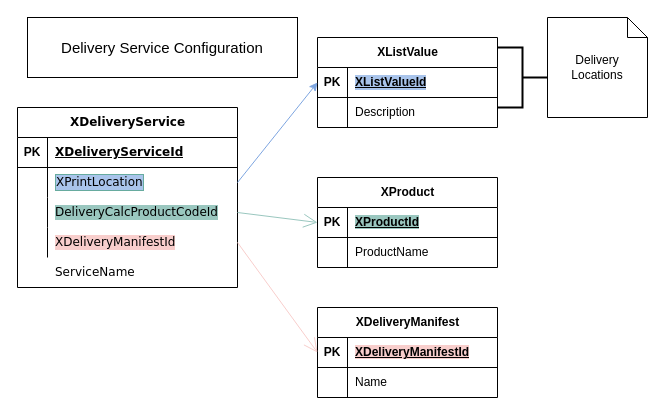
iaxenite/diagrams keeps this draw.io diagram as printing_distribution.drawio. Above is the earlier version. Source tidied: cells renumbered, new cells numbered last; positions are measured from the earlier drawing's top-left corner, leaving out a move shared by most shapes. Both pictures are drawn from the tidied source at 100%, with x=0, y=0 at pixel (17, 17).
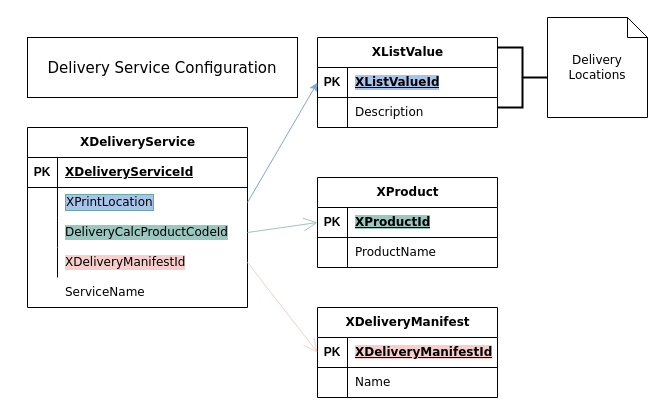
The same page after the edit.

Unchanged cells that the change refers to:
```xml
<mxCell id="16" style="shape=tableRow;horizontal=0;startSize=0;swimlaneHead=0;swimlaneBody=0;fillColor=none;points=[[0,0.5],[1,0.5]];portConstraint=eastwest;top=0;left=0;right=0;bottom=1;" parent="15" vertex="1">
  <mxGeometry y="30" width="180" height="30" as="geometry" />
</mxCell>
<mxCell id="19" style="shape=tableRow;horizontal=0;startSize=0;swimlaneHead=0;swimlaneBody=0;fillColor=none;top=0;left=0;right=0;bottom=0;" parent="15" vertex="1">
  <mxGeometry y="60" width="180" height="30" as="geometry" />
</mxCell>
<mxCell id="25" style="shape=tableRow;horizontal=0;startSize=0;swimlaneHead=0;swimlaneBody=0;fillColor=none;points=[[0,0.5],[1,0.5]];portConstraint=eastwest;top=0;left=0;right=0;bottom=1;" parent="24" vertex="1">
  <mxGeometry y="30" width="180" height="30" as="geometry" />
</mxCell>
<mxCell id="28" style="shape=tableRow;horizontal=0;startSize=0;swimlaneHead=0;swimlaneBody=0;fillColor=none;top=0;left=0;right=0;bottom=0;" parent="24" vertex="1">
  <mxGeometry y="60" width="180" height="30" as="geometry" />
</mxCell>
<mxCell id="33" style="shape=tableRow;horizontal=0;startSize=0;swimlaneHead=0;swimlaneBody=0;fillColor=none;points=[[0,0.5],[1,0.5]];portConstraint=eastwest;top=0;left=0;right=0;bottom=1;" parent="32" vertex="1">
  <mxGeometry y="30" width="180" height="30" as="geometry" />
</mxCell>
```

The edit, as a diff of the source:
```diff
@@
     <mxCell id="2" value="XDeliveryService" style="shape=table;startSize=30;childLayout=tableLayout;rowLines=0;fontStyle=1;align=center;html=1;fontFamily=Verdana;" parent="1" vertex="1">
-      <mxGeometry y="90" width="220" height="180" as="geometry" />
+      <mxGeometry x="10" y="110" width="220" height="180" as="geometry" />
     </mxCell>
@@
-    <mxCell id="15" value="XListValue" style="shape=table;startSize=30;childLayout=tableLayout;rowLines=0;fontStyle=1;align=center;html=1;" parent="1" vertex="1">
+    <mxCell id="15" value="XListValue" style="shape=table;startSize=30;childLayout=tableLayout;rowLines=0;fontStyle=1;align=center;html=1;fontFamily=Verdana;" parent="1" vertex="1">
       <mxGeometry x="300" y="20" width="180" height="90" as="geometry" />
     </mxCell>
@@
-    <mxCell id="18" value="XListValueId" style="shape=partialRectangle;fillColor=none;top=0;left=0;bottom=0;right=0;align=left;spacingLeft=6;fontStyle=5;overflow=hidden;whiteSpace=wrap;html=1;labelBackgroundColor=#A9C4EB;" parent="16" vertex="1">
+    <mxCell id="18" value="&lt;font face=&quot;Verdana&quot;&gt;XListValueId&lt;/font&gt;" style="shape=partialRectangle;fillColor=none;top=0;left=0;bottom=0;right=0;align=left;spacingLeft=6;fontStyle=5;overflow=hidden;whiteSpace=wrap;html=1;labelBackgroundColor=#A9C4EB;" parent="16" vertex="1">
       <mxGeometry x="30" width="150" height="30" as="geometry" />
     </mxCell>
@@
-    <mxCell id="21" value="Description" style="shape=partialRectangle;fillColor=none;top=0;left=0;bottom=0;right=0;align=left;spacingLeft=6;overflow=hidden;whiteSpace=wrap;html=1;" parent="19" vertex="1">
+    <mxCell id="21" value="&lt;font face=&quot;Verdana&quot;&gt;Description&lt;/font&gt;" style="shape=partialRectangle;fillColor=none;top=0;left=0;bottom=0;right=0;align=left;spacingLeft=6;overflow=hidden;whiteSpace=wrap;html=1;" parent="19" vertex="1">
       <mxGeometry x="30" width="150" height="30" as="geometry" />
     </mxCell>
-    <mxCell id="22" value="&lt;font style=&quot;font-size: 15px;&quot;&gt;Delivery Service Configuration&lt;/font&gt;" style="rounded=0;whiteSpace=wrap;html=1;" parent="1" vertex="1">
-      <mxGeometry x="10" width="270" height="60" as="geometry" />
+    <mxCell id="22" value="&lt;font style=&quot;font-size: 15px;&quot;&gt;Delivery Service Configuration&lt;/font&gt;" style="rounded=0;whiteSpace=wrap;html=1;fontFamily=Verdana;" parent="1" vertex="1">
+      <mxGeometry x="10" y="20" width="270" height="60" as="geometry" />
     </mxCell>
@@
-    <mxCell id="24" value="XProduct" style="shape=table;startSize=30;childLayout=tableLayout;rowLines=0;fontStyle=1;align=center;html=1;" parent="1" vertex="1">
+    <mxCell id="24" value="&lt;font face=&quot;Verdana&quot;&gt;XProduct&lt;/font&gt;" style="shape=table;startSize=30;childLayout=tableLayout;rowLines=0;fontStyle=1;align=center;html=1;" parent="1" vertex="1">
       <mxGeometry x="300" y="160" width="180" height="90" as="geometry" />
     </mxCell>
@@
-    <mxCell id="27" value="&lt;span style=&quot;background-color: rgb(154, 199, 191);&quot;&gt;XProductId&lt;/span&gt;" style="shape=partialRectangle;fillColor=none;top=0;left=0;bottom=0;right=0;align=left;spacingLeft=6;fontStyle=5;overflow=hidden;whiteSpace=wrap;html=1;" parent="25" vertex="1">
+    <mxCell id="27" value="&lt;span style=&quot;background-color: rgb(154, 199, 191);&quot;&gt;XProductId&lt;/span&gt;" style="shape=partialRectangle;fillColor=none;top=0;left=0;bottom=0;right=0;align=left;spacingLeft=6;fontStyle=5;overflow=hidden;whiteSpace=wrap;html=1;fontFamily=Verdana;" parent="25" vertex="1">
       <mxGeometry x="30" width="150" height="30" as="geometry" />
     </mxCell>
@@
-    <mxCell id="30" value="ProductName" style="shape=partialRectangle;fillColor=none;top=0;left=0;bottom=0;right=0;align=left;spacingLeft=6;overflow=hidden;whiteSpace=wrap;html=1;" parent="28" vertex="1">
+    <mxCell id="30" value="ProductName" style="shape=partialRectangle;fillColor=none;top=0;left=0;bottom=0;right=0;align=left;spacingLeft=6;overflow=hidden;whiteSpace=wrap;html=1;fontFamily=Verdana;" parent="28" vertex="1">
       <mxGeometry x="30" width="150" height="30" as="geometry" />
     </mxCell>
@@
-    <mxCell id="32" value="XDeliveryManifest" style="shape=table;startSize=30;childLayout=tableLayout;rowLines=0;fontStyle=1;align=center;html=1;" parent="1" vertex="1">
+    <mxCell id="32" value="&lt;font face=&quot;Verdana&quot;&gt;XDeliveryManifest&lt;/font&gt;" style="shape=table;startSize=30;childLayout=tableLayout;rowLines=0;fontStyle=1;align=center;html=1;" parent="1" vertex="1">
       <mxGeometry x="300" y="290" width="180" height="90" as="geometry" />
     </mxCell>
@@
-    <mxCell id="35" value="&lt;span style=&quot;background-color: rgb(248, 206, 204);&quot;&gt;XDeliveryManifestId&lt;/span&gt;" style="shape=partialRectangle;fillColor=none;top=0;left=0;bottom=0;right=0;align=left;spacingLeft=6;fontStyle=5;overflow=hidden;whiteSpace=wrap;html=1;" parent="33" vertex="1">
+    <mxCell id="35" value="&lt;span style=&quot;background-color: rgb(248, 206, 204);&quot;&gt;XDeliveryManifestId&lt;/span&gt;" style="shape=partialRectangle;fillColor=none;top=0;left=0;bottom=0;right=0;align=left;spacingLeft=6;fontStyle=5;overflow=hidden;whiteSpace=wrap;html=1;fontFamily=Verdana;" parent="33" vertex="1">
       <mxGeometry x="30" width="150" height="30" as="geometry" />
     </mxCell>
-    <mxCell id="36" style="shape=tableRow;horizontal=0;startSize=0;swimlaneHead=0;swimlaneBody=0;fillColor=none;top=0;left=0;right=0;bottom=0;" parent="32" vertex="1">
+    <mxCell id="36" style="shape=tableRow;horizontal=0;startSize=0;swimlaneHead=0;swimlaneBody=0;fillColor=none;top=0;left=0;right=0;bottom=0;fontFamily=Verdana;" parent="32" vertex="1">
       <mxGeometry y="60" width="180" height="30" as="geometry" />
     </mxCell>
@@
-    <mxCell id="38" value="Name" style="shape=partialRectangle;fillColor=none;top=0;left=0;bottom=0;right=0;align=left;spacingLeft=6;overflow=hidden;whiteSpace=wrap;html=1;" parent="36" vertex="1">
+    <mxCell id="38" value="&lt;font face=&quot;Verdana&quot;&gt;Name&lt;/font&gt;" style="shape=partialRectangle;fillColor=none;top=0;left=0;bottom=0;right=0;align=left;spacingLeft=6;overflow=hidden;whiteSpace=wrap;html=1;" parent="36" vertex="1">
       <mxGeometry x="30" width="150" height="30" as="geometry" />
     </mxCell>
@@
-    <mxCell id="41" value="Delivery Locations" style="shape=note;size=20;whiteSpace=wrap;html=1;" parent="1" vertex="1">
+    <mxCell id="41" value="Delivery Locations" style="shape=note;size=20;whiteSpace=wrap;html=1;fontFamily=Verdana;" parent="1" vertex="1">
       <mxGeometry x="530" width="100" height="100" as="geometry" />
     </mxCell>
     <mxCell id="42" value="ServiceName" style="shape=partialRectangle;fillColor=none;top=0;left=0;bottom=0;right=0;align=left;spacingLeft=6;overflow=hidden;whiteSpace=wrap;html=1;fontFamily=Verdana;labelBackgroundColor=#FFFFFF;" parent="1" vertex="1">
-      <mxGeometry x="30" y="240" width="190" height="30" as="geometry" />
+      <mxGeometry x="40" y="260" width="190" height="30" as="geometry" />
     </mxCell>
```
